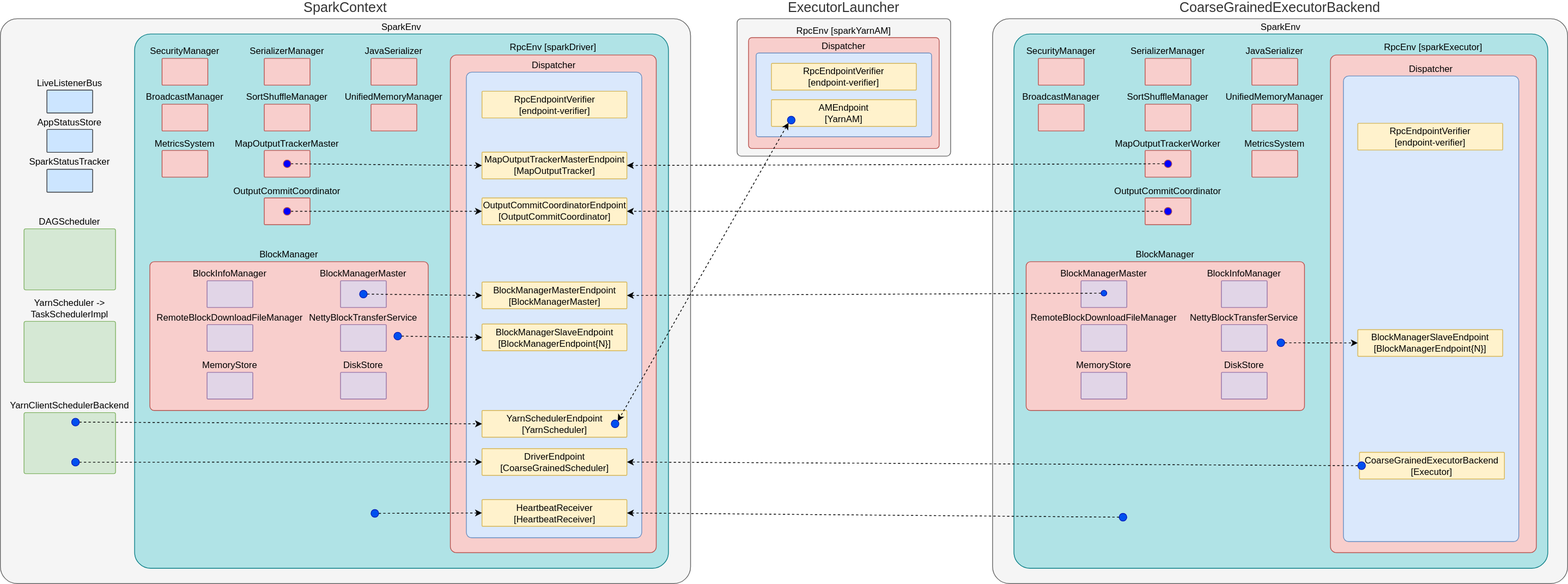
The draw.io diagram images/spark/spark-component-overview.svg in jtLiBrain/jtLiBrain.github.io, before a commit. Source tidied: cells renumbered, new cells last; positions are measured from the earlier drawing's top-left corner, leaving out a move shared by most shapes.
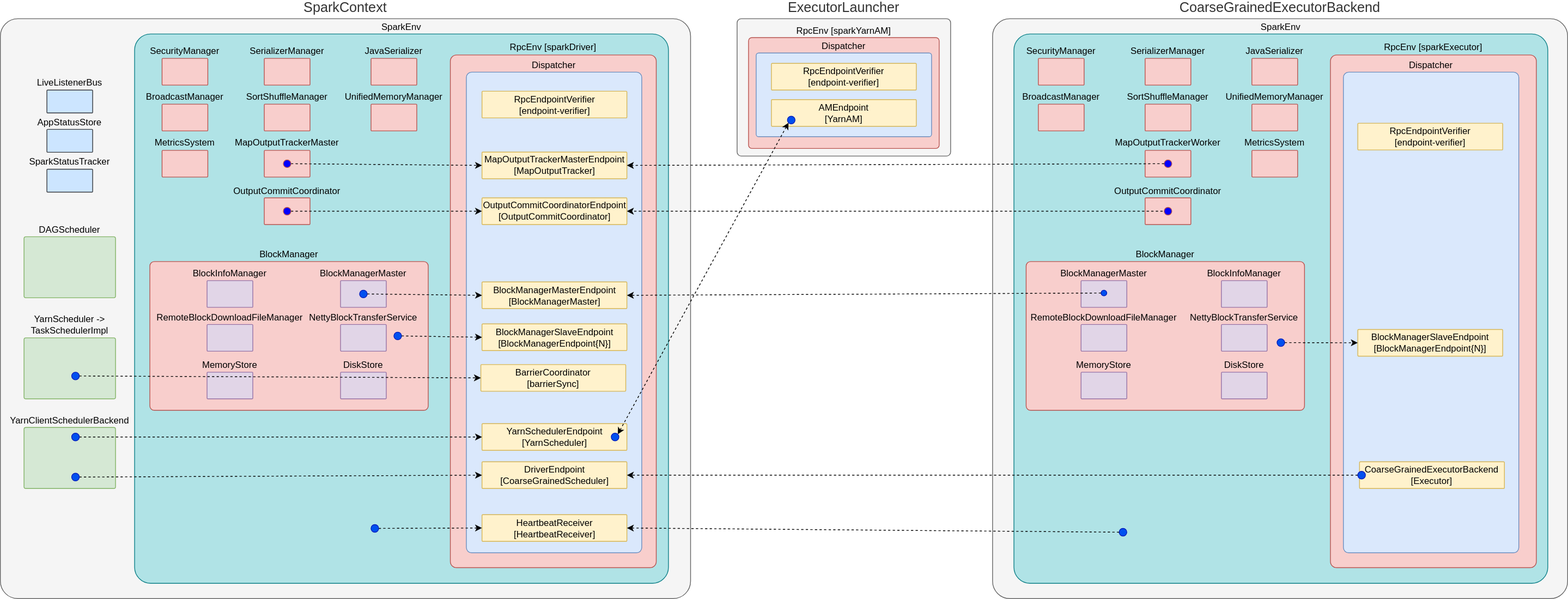
The same file after the commit.

The edit, as a diff of the source:
```diff
@@ -3,13 +3,13 @@
     <mxCell id="0" />
     <mxCell id="1" parent="0" />
     <mxCell id="2" value="&lt;font style=&quot;font-size: 18px&quot;&gt;SparkContext&lt;/font&gt;" style="rounded=1;whiteSpace=wrap;html=1;arcSize=3;labelPosition=center;verticalLabelPosition=top;align=center;verticalAlign=bottom;fillColor=#f5f5f5;strokeColor=#666666;fontColor=#333333;fontSize=12;" parent="1" vertex="1">
-      <mxGeometry width="905" height="740" as="geometry" />
+      <mxGeometry width="905" height="760" as="geometry" />
     </mxCell>
     <mxCell id="3" value="SparkEnv" style="rounded=1;whiteSpace=wrap;html=1;arcSize=3;labelPosition=center;verticalLabelPosition=top;align=center;verticalAlign=bottom;fillColor=#b0e3e6;strokeColor=#0e8088;fontSize=12;" parent="1" vertex="1">
-      <mxGeometry x="176" y="20" width="700" height="700" as="geometry" />
+      <mxGeometry x="176" y="20" width="700" height="720" as="geometry" />
     </mxCell>
     <mxCell id="4" value="RpcEnv [sparkDriver]" style="rounded=1;whiteSpace=wrap;html=1;arcSize=3;labelPosition=center;verticalLabelPosition=top;align=center;verticalAlign=bottom;fontSize=12;fillColor=#f8cecc;strokeColor=#b85450;" parent="1" vertex="1">
-      <mxGeometry x="590" y="47.5" width="270" height="652" as="geometry" />
+      <mxGeometry x="590" y="47.5" width="270" height="672" as="geometry" />
     </mxCell>
     <mxCell id="5" value="LiveListenerBus" style="rounded=1;whiteSpace=wrap;html=1;arcSize=3;labelPosition=center;verticalLabelPosition=top;align=center;verticalAlign=bottom;strokeColor=#36393d;fillColor=#cce5ff;fontSize=12;" parent="1" vertex="1">
       <mxGeometry x="61" y="93.5" width="60" height="30" as="geometry" />
@@ -21,7 +21,7 @@
       <mxGeometry x="212" y="52" width="60" height="35" as="geometry" />
     </mxCell>
     <mxCell id="8" value="Dispatcher" style="rounded=1;whiteSpace=wrap;html=1;arcSize=3;labelPosition=center;verticalLabelPosition=top;align=center;verticalAlign=bottom;fontSize=12;fillColor=#dae8fc;strokeColor=#6c8ebf;" parent="1" vertex="1">
-      <mxGeometry x="611" y="70" width="230" height="610" as="geometry" />
+      <mxGeometry x="611" y="70" width="230" height="630" as="geometry" />
     </mxCell>
     <mxCell id="9" value="RpcEndpointVerifier&lt;br style=&quot;font-size: 12px;&quot;&gt;[endpoint-verifier]" style="rounded=1;whiteSpace=wrap;html=1;arcSize=3;labelPosition=center;verticalLabelPosition=middle;align=center;verticalAlign=middle;fontSize=12;strokeColor=#d6b656;fillColor=#fff2cc;" parent="1" vertex="1">
       <mxGeometry x="631.5" y="95" width="190" height="35" as="geometry" />
@@ -111,40 +111,40 @@
       <mxGeometry x="61" y="197.2" width="60" height="30" as="geometry" />
     </mxCell>
     <mxCell id="38" value="&lt;div style=&quot;font-size: 12px;&quot;&gt;HeartbeatReceiver&lt;/div&gt;&lt;div style=&quot;font-size: 12px;&quot;&gt;[HeartbeatReceiver]&lt;/div&gt;" style="rounded=1;whiteSpace=wrap;html=1;arcSize=3;labelPosition=center;verticalLabelPosition=middle;align=center;verticalAlign=middle;fontSize=12;strokeColor=#d6b656;fillColor=#fff2cc;" parent="1" vertex="1">
-      <mxGeometry x="631.5" y="630" width="190" height="35" as="geometry" />
+      <mxGeometry x="631.5" y="650" width="190" height="35" as="geometry" />
     </mxCell>
     <mxCell id="39" style="endArrow=classic;html=1;dashed=1;exitX=1;exitY=0.5;exitDx=0;exitDy=0;entryX=0;entryY=0.5;entryDx=0;entryDy=0;fontSize=12;" parent="1" edge="1" source="40" target="38">
       <mxGeometry relative="1" as="geometry" />
     </mxCell>
     <mxCell id="40" style="ellipse;whiteSpace=wrap;html=1;fillColor=#0050ef;strokeColor=#001DBC;fontColor=#ffffff;fontSize=12;" parent="1" vertex="1">
-      <mxGeometry x="486" y="643" width="10" height="10" as="geometry" />
+      <mxGeometry x="486" y="663" width="10" height="10" as="geometry" />
     </mxCell>
     <mxCell id="41" value="YarnScheduler -&amp;gt; TaskSchedulerImpl" style="rounded=1;whiteSpace=wrap;html=1;arcSize=3;labelPosition=center;verticalLabelPosition=top;align=center;verticalAlign=bottom;fillColor=#d5e8d4;strokeColor=#82b366;fontSize=12;" parent="1" vertex="1">
-      <mxGeometry x="31" y="396.5" width="120" height="80" as="geometry" />
+      <mxGeometry x="31" y="418.2" width="120" height="80" as="geometry" />
     </mxCell>
     <mxCell id="42" value="YarnClientSchedulerBackend" style="rounded=1;whiteSpace=wrap;html=1;arcSize=3;labelPosition=center;verticalLabelPosition=top;align=center;verticalAlign=bottom;fillColor=#d5e8d4;strokeColor=#82b366;fontSize=12;" parent="1" vertex="1">
-      <mxGeometry x="31" y="516" width="120" height="80" as="geometry" />
+      <mxGeometry x="31" y="535.8" width="120" height="80" as="geometry" />
     </mxCell>
     <mxCell id="43" value="&lt;div style=&quot;font-size: 12px;&quot;&gt;YarnSchedulerEndpoint&lt;/div&gt;&lt;div style=&quot;font-size: 12px;&quot;&gt;[YarnScheduler]&lt;/div&gt;" style="rounded=1;whiteSpace=wrap;html=1;arcSize=3;labelPosition=center;verticalLabelPosition=middle;align=center;verticalAlign=middle;fontSize=12;strokeColor=#d6b656;fillColor=#fff2cc;" parent="1" vertex="1">
-      <mxGeometry x="631.5" y="513.2" width="190" height="35" as="geometry" />
+      <mxGeometry x="631.5" y="530.8" width="190" height="35" as="geometry" />
     </mxCell>
     <mxCell id="44" style="endArrow=classic;html=1;dashed=1;entryX=0;entryY=0.5;entryDx=0;entryDy=0;exitX=1;exitY=0.5;exitDx=0;exitDy=0;fontSize=12;" parent="1" edge="1" source="45" target="43">
       <mxGeometry relative="1" as="geometry" />
     </mxCell>
     <mxCell id="45" style="ellipse;whiteSpace=wrap;html=1;fillColor=#0050ef;strokeColor=#001DBC;fontColor=#ffffff;fontSize=12;" parent="1" vertex="1">
-      <mxGeometry x="93.5" y="523.5" width="10" height="10" as="geometry" />
+      <mxGeometry x="93.5" y="543.2" width="10" height="10" as="geometry" />
     </mxCell>
     <mxCell id="46" value="DAGScheduler" style="rounded=1;whiteSpace=wrap;html=1;arcSize=3;labelPosition=center;verticalLabelPosition=top;align=center;verticalAlign=bottom;fillColor=#d5e8d4;strokeColor=#82b366;fontSize=12;" parent="1" vertex="1">
-      <mxGeometry x="31" y="275.2" width="120" height="80" as="geometry" />
+      <mxGeometry x="31" y="285.8" width="120" height="80" as="geometry" />
     </mxCell>
     <mxCell id="47" value="&lt;div style=&quot;font-size: 12px;&quot;&gt;DriverEndpoint&lt;/div&gt;&lt;div style=&quot;font-size: 12px;&quot;&gt;[CoarseGrainedScheduler]&lt;/div&gt;" style="rounded=1;whiteSpace=wrap;html=1;arcSize=3;labelPosition=center;verticalLabelPosition=middle;align=center;verticalAlign=middle;fontSize=12;strokeColor=#d6b656;fillColor=#fff2cc;" parent="1" vertex="1">
-      <mxGeometry x="631.5" y="563.2" width="190" height="35" as="geometry" />
+      <mxGeometry x="631.5" y="580.8" width="190" height="35" as="geometry" />
     </mxCell>
     <mxCell id="48" style="endArrow=classic;html=1;dashed=1;entryX=0;entryY=0.5;entryDx=0;entryDy=0;exitX=1;exitY=0.5;exitDx=0;exitDy=0;fontSize=12;" parent="1" edge="1" source="49" target="47">
       <mxGeometry relative="1" as="geometry" />
     </mxCell>
     <mxCell id="49" style="ellipse;whiteSpace=wrap;html=1;fillColor=#0050ef;strokeColor=#001DBC;fontColor=#ffffff;fontSize=12;" parent="1" vertex="1">
-      <mxGeometry x="93.5" y="576" width="10" height="10" as="geometry" />
+      <mxGeometry x="93.5" y="595.8" width="10" height="10" as="geometry" />
     </mxCell>
     <mxCell id="50" value="&lt;font style=&quot;font-size: 18px&quot;&gt;ExecutorLauncher&lt;/font&gt;" style="rounded=1;whiteSpace=wrap;html=1;arcSize=3;labelPosition=center;verticalLabelPosition=top;align=center;verticalAlign=bottom;fillColor=#f5f5f5;strokeColor=#666666;fontColor=#333333;fontSize=12;" parent="1" vertex="1">
       <mxGeometry x="966" width="280" height="180" as="geometry" />
@@ -168,22 +168,22 @@
       <mxGeometry x="1032" y="127.8" width="10" height="10" as="geometry" />
     </mxCell>
     <mxCell id="57" style="ellipse;whiteSpace=wrap;html=1;fillColor=#0050ef;strokeColor=#001DBC;fontColor=#ffffff;fontSize=12;" parent="1" vertex="1">
-      <mxGeometry x="801" y="525.8" width="10" height="10" as="geometry" />
+      <mxGeometry x="801" y="543.2" width="10" height="10" as="geometry" />
     </mxCell>
     <mxCell id="58" value="&lt;font style=&quot;font-size: 18px&quot;&gt;CoarseGrainedExecutorBackend&lt;/font&gt;" style="rounded=1;whiteSpace=wrap;html=1;arcSize=3;labelPosition=center;verticalLabelPosition=top;align=center;verticalAlign=bottom;fillColor=#f5f5f5;strokeColor=#666666;fontColor=#333333;fontSize=12;" parent="1" vertex="1">
-      <mxGeometry x="1301" width="754" height="740" as="geometry" />
+      <mxGeometry x="1301" width="754" height="760" as="geometry" />
     </mxCell>
     <mxCell id="59" value="SparkEnv" style="rounded=1;whiteSpace=wrap;html=1;arcSize=3;labelPosition=center;verticalLabelPosition=top;align=center;verticalAlign=bottom;fillColor=#b0e3e6;strokeColor=#0e8088;fontSize=12;" parent="1" vertex="1">
-      <mxGeometry x="1329" y="20" width="700" height="700" as="geometry" />
+      <mxGeometry x="1329" y="20" width="700" height="720" as="geometry" />
     </mxCell>
     <mxCell id="60" value="RpcEnv [sparkExecutor]" style="rounded=1;whiteSpace=wrap;html=1;arcSize=3;labelPosition=center;verticalLabelPosition=top;align=center;verticalAlign=bottom;fontSize=12;fillColor=#f8cecc;strokeColor=#b85450;" parent="1" vertex="1">
-      <mxGeometry x="1744" y="47.5" width="270" height="652" as="geometry" />
+      <mxGeometry x="1744" y="47.5" width="270" height="672" as="geometry" />
     </mxCell>
     <mxCell id="61" value="SecurityManager" style="rounded=1;whiteSpace=wrap;html=1;arcSize=3;labelPosition=center;verticalLabelPosition=top;align=center;verticalAlign=bottom;fontSize=12;fillColor=#f8cecc;strokeColor=#b85450;" parent="1" vertex="1">
       <mxGeometry x="1361" y="52" width="60" height="35" as="geometry" />
     </mxCell>
     <mxCell id="62" value="Dispatcher" style="rounded=1;whiteSpace=wrap;html=1;arcSize=3;labelPosition=center;verticalLabelPosition=top;align=center;verticalAlign=bottom;fontSize=12;fillColor=#dae8fc;strokeColor=#6c8ebf;" parent="1" vertex="1">
-      <mxGeometry x="1761" y="75" width="230" height="610" as="geometry" />
+      <mxGeometry x="1761" y="70" width="230" height="630" as="geometry" />
     </mxCell>
     <mxCell id="63" value="RpcEndpointVerifier&lt;br style=&quot;font-size: 12px;&quot;&gt;[endpoint-verifier]" style="rounded=1;whiteSpace=wrap;html=1;arcSize=3;labelPosition=center;verticalLabelPosition=middle;align=center;verticalAlign=middle;fontSize=12;strokeColor=#d6b656;fillColor=#fff2cc;" parent="1" vertex="1">
       <mxGeometry x="1779.9" y="137" width="190" height="35" as="geometry" />
@@ -258,22 +258,31 @@
       <mxGeometry relative="1" as="geometry" />
     </mxCell>
     <mxCell id="87" value="&lt;div style=&quot;font-size: 12px;&quot;&gt;&lt;div style=&quot;font-size: 12px;&quot;&gt;CoarseGrainedExecutorBackend&lt;/div&gt;&lt;div style=&quot;font-size: 12px;&quot;&gt;[Executor]&lt;/div&gt;&lt;/div&gt;" style="rounded=1;whiteSpace=wrap;html=1;arcSize=3;labelPosition=center;verticalLabelPosition=middle;align=center;verticalAlign=middle;fontSize=12;strokeColor=#d6b656;fillColor=#fff2cc;" parent="1" vertex="1">
-      <mxGeometry x="1782.1" y="568" width="190" height="35" as="geometry" />
+      <mxGeometry x="1782.1" y="580.8" width="190" height="35" as="geometry" />
     </mxCell>
     <mxCell id="88" value="MetricsSystem" style="rounded=1;whiteSpace=wrap;html=1;arcSize=3;labelPosition=center;verticalLabelPosition=top;align=center;verticalAlign=bottom;fontSize=12;fillColor=#f8cecc;strokeColor=#b85450;" parent="1" vertex="1">
       <mxGeometry x="1641" y="172.5" width="60" height="35" as="geometry" />
     </mxCell>
     <mxCell id="89" style="ellipse;whiteSpace=wrap;html=1;fillColor=#0050ef;strokeColor=#001DBC;fontColor=#ffffff;fontSize=12;" parent="1" vertex="1">
-      <mxGeometry x="1779.9" y="580.5" width="10" height="10" as="geometry" />
+      <mxGeometry x="1779.9" y="593.2" width="10" height="10" as="geometry" />
     </mxCell>
     <mxCell id="90" style="endArrow=classic;html=1;dashed=1;fontSize=12;entryX=1;entryY=0.5;entryDx=0;entryDy=0;exitX=0;exitY=0.5;exitDx=0;exitDy=0;" parent="1" edge="1" source="89" target="47">
       <mxGeometry relative="1" as="geometry" />
     </mxCell>
     <mxCell id="91" style="ellipse;whiteSpace=wrap;html=1;fillColor=#0050ef;strokeColor=#001DBC;fontColor=#ffffff;fontSize=12;" parent="1" vertex="1">
-      <mxGeometry x="1467" y="648" width="10" height="10" as="geometry" />
+      <mxGeometry x="1467" y="668" width="10" height="10" as="geometry" />
     </mxCell>
     <mxCell id="92" style="endArrow=classic;html=1;dashed=1;fontSize=12;entryX=1;entryY=0.5;entryDx=0;entryDy=0;exitX=0;exitY=0.5;exitDx=0;exitDy=0;" parent="1" edge="1" source="91" target="38">
       <mxGeometry relative="1" as="geometry" />
     </mxCell>
+    <mxCell id="93" value="&lt;div style=&quot;font-size: 12px&quot;&gt;BarrierCoordinator&lt;/div&gt;&lt;div style=&quot;font-size: 12px&quot;&gt;[barrierSync]&lt;/div&gt;" style="rounded=1;whiteSpace=wrap;html=1;arcSize=3;labelPosition=center;verticalLabelPosition=middle;align=center;verticalAlign=middle;fontSize=12;strokeColor=#d6b656;fillColor=#fff2cc;" parent="1" vertex="1">
+      <mxGeometry x="630" y="453.2" width="190" height="35" as="geometry" />
+    </mxCell>
+    <mxCell id="94" style="ellipse;whiteSpace=wrap;html=1;fillColor=#0050ef;strokeColor=#001DBC;fontColor=#ffffff;fontSize=12;" parent="1" vertex="1">
+      <mxGeometry x="93.5" y="463.2" width="10" height="10" as="geometry" />
+    </mxCell>
+    <mxCell id="95" style="endArrow=classic;html=1;entryX=0;entryY=0.5;entryDx=0;entryDy=0;dashed=1;fontSize=12;exitX=1;exitY=0.5;exitDx=0;exitDy=0;" parent="1" edge="1" source="94" target="93">
+      <mxGeometry relative="1" as="geometry" />
+    </mxCell>
   </root>
 </mxGraphModel>
```
